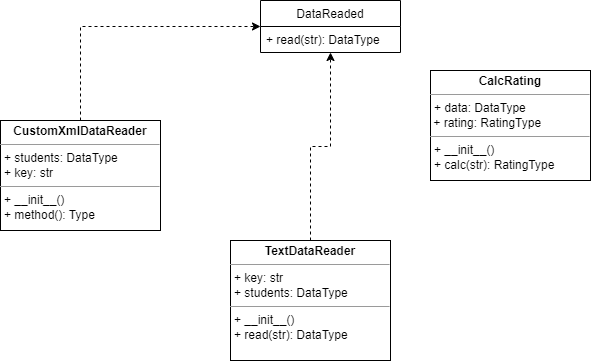
This is pt1_uml.drawio.png from xdhao/PTLab1-2022, a draw.io export, as it was before one commit. Source tidied: cells renumbered, new cells last; positions are measured from the earlier drawing's top-left corner, leaving out a move shared by most shapes.
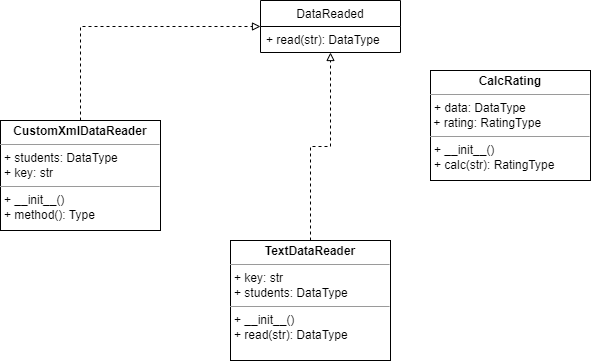
The same file after the commit.

What changed in the source:
```diff
@@ -2,13 +2,13 @@
   <root>
     <mxCell id="0" />
     <mxCell id="1" parent="0" />
-    <mxCell id="2" style="edgeStyle=orthogonalEdgeStyle;rounded=0;jettySize=auto;html=1;exitX=0.5;exitY=0;exitDx=0;exitDy=0;entryX=0;entryY=0.5;entryDx=0;entryDy=0;endArrow=classic;endFill=1;dashed=1;" parent="1" edge="1" source="3" target="6">
+    <mxCell id="2" style="edgeStyle=orthogonalEdgeStyle;rounded=0;jettySize=auto;html=1;exitX=0.5;exitY=0;exitDx=0;exitDy=0;entryX=0;entryY=0.5;entryDx=0;entryDy=0;endArrow=block;endFill=0;dashed=1;" parent="1" edge="1" source="3" target="6">
       <mxGeometry relative="1" as="geometry" />
     </mxCell>
     <mxCell id="3" value="&lt;p style=&quot;margin:0px;margin-top:4px;text-align:center;&quot;&gt;&lt;b&gt;CustomXmlDataReader&lt;/b&gt;&lt;/p&gt;&lt;hr size=&quot;1&quot;&gt;&lt;p style=&quot;margin:0px;margin-left:4px;&quot;&gt;+ students: DataType&lt;/p&gt;&lt;p style=&quot;margin:0px;margin-left:4px;&quot;&gt;+ key: str&lt;br&gt;&lt;/p&gt;&lt;hr size=&quot;1&quot;&gt;&lt;p style=&quot;margin:0px;margin-left:4px;&quot;&gt;+ __init__()&lt;br&gt;&lt;/p&gt;&lt;p style=&quot;margin:0px;margin-left:4px;&quot;&gt;+ method(): Type&lt;/p&gt;" style="verticalAlign=top;align=left;overflow=fill;fontSize=12;fontFamily=Helvetica;html=1;" parent="1" vertex="1">
       <mxGeometry y="120" width="160" height="110" as="geometry" />
     </mxCell>
-    <mxCell id="4" style="edgeStyle=orthogonalEdgeStyle;rounded=0;jettySize=auto;html=1;exitX=0.5;exitY=0;exitDx=0;exitDy=0;endArrow=classic;endFill=1;dashed=1;" parent="1" edge="1" source="5" target="6">
+    <mxCell id="4" style="edgeStyle=orthogonalEdgeStyle;rounded=0;jettySize=auto;html=1;exitX=0.5;exitY=0;exitDx=0;exitDy=0;endArrow=block;endFill=0;dashed=1;" parent="1" edge="1" source="5" target="6">
       <mxGeometry relative="1" as="geometry" />
     </mxCell>
     <mxCell id="5" value="&lt;p style=&quot;margin:0px;margin-top:4px;text-align:center;&quot;&gt;&lt;b&gt;TextDataReader&lt;/b&gt;&lt;/p&gt;&lt;hr size=&quot;1&quot;&gt;&lt;p style=&quot;margin:0px;margin-left:4px;&quot;&gt;+ key: str&lt;/p&gt;&lt;p style=&quot;margin: 0px 0px 0px 4px;&quot;&gt;+ students: DataType&lt;/p&gt;&lt;hr size=&quot;1&quot;&gt;&lt;p style=&quot;margin:0px;margin-left:4px;&quot;&gt;+ __init__()&lt;/p&gt;&lt;p style=&quot;margin:0px;margin-left:4px;&quot;&gt;+ read(str): DataType&lt;br&gt;&lt;/p&gt;&lt;p style=&quot;margin:0px;margin-left:4px;&quot;&gt;&lt;br&gt;&lt;/p&gt;" style="verticalAlign=top;align=left;overflow=fill;fontSize=12;fontFamily=Helvetica;html=1;" parent="1" vertex="1">
```
